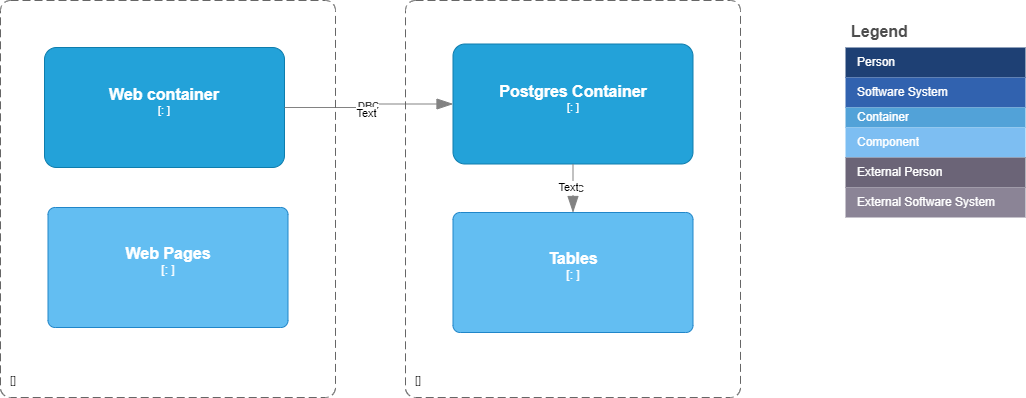
Earlier version of the draw.io export docs/C4/Context-C4.png (bartelsjoshuac/Corduroy). Source tidied: cells renumbered, new cells last; positions are measured from the earlier drawing's top-left corner, leaving out a move shared by most shapes.
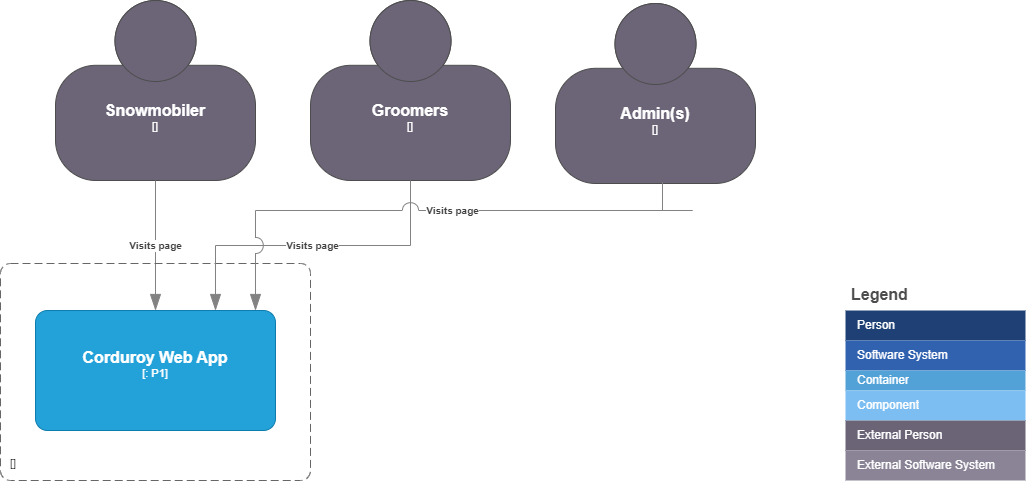
Later version of the same file.

The edit, as a diff of the source:
```diff
@@ -2,6 +2,11 @@
   <root>
     <mxCell id="0" />
     <mxCell id="1" parent="0" />
+    <object id="25" label="&lt;font style=&quot;font-size: 16px&quot;&gt;&lt;b&gt;%c4Name%&lt;/b&gt;&lt;/font&gt;&lt;div&gt;[%c4Type%]&lt;/div&gt;&lt;br&gt;&lt;div&gt;&lt;font style=&quot;font-size: 11px&quot;&gt;&lt;font color=&quot;#cccccc&quot;&gt;%c4Description%&lt;/font&gt;&lt;/div&gt;" c4Description="" c4Name="Snowmobiler" c4Type="" placeholders="1">
+      <mxCell style="html=1;fontSize=11;dashed=0;whiteSpace=wrap;fillColor=#6C6477;strokeColor=#4D4D4D;fontColor=#ffffff;shape=mxgraph.c4.person2;align=center;points=[[0.5,0,0],[1,0.5,0],[1,0.75,0],[0.75,1,0],[0.5,1,0],[0.25,1,0],[0,0.75,0],[0,0.5,0]];" parent="1" vertex="1">
+        <mxGeometry x="55" y="-263" width="200" height="180" as="geometry" />
+      </mxCell>
+    </object>
     <mxCell id="2" value="Legend" style="shape=table;startSize=30;fontSize=16;align=left;verticalAlign=top;fillColor=none;strokeColor=none;fontColor=#4D4D4D;fontStyle=1;spacingLeft=6;spacing=0;" parent="1" vertex="1">
       <mxGeometry x="845" y="17" width="180" height="200" as="geometry" />
     </mxCell>
@@ -41,51 +46,46 @@
     <mxCell id="14" value="External Software System" style="shape=partialRectangle;html=1;whiteSpace=wrap;strokeColor=inherit;overflow=hidden;fillColor=#8b8496;top=0;left=0;bottom=0;right=0;fontSize=12;align=left;fontColor=#FFFFFF;gradientColor=none;spacingLeft=10;spacingRight=4;" parent="13" vertex="1">
       <mxGeometry width="180" height="30" as="geometry" />
     </mxCell>
-    <object id="15" label="&lt;font style=&quot;font-size: 16px&quot;&gt;&lt;b&gt;%c4Name%&lt;/b&gt;&lt;/font&gt;&lt;div&gt;[%c4Type%: %c4Technology%]&lt;/div&gt;&lt;br&gt;&lt;div&gt;&lt;font style=&quot;font-size: 11px&quot;&gt;&lt;font color=&quot;#E6E6E6&quot;&gt;%c4Description%&lt;/font&gt;&lt;/div&gt;" c4Description="" c4Name="Web container" c4Technology="" c4Type="" placeholders="1">
+    <object id="15" label="&lt;font style=&quot;font-size: 16px&quot;&gt;&lt;b&gt;%c4Name%&lt;/b&gt;&lt;/font&gt;&lt;div&gt;[%c4Type%: %c4Technology%]&lt;/div&gt;&lt;br&gt;&lt;div&gt;&lt;font style=&quot;font-size: 11px&quot;&gt;&lt;font color=&quot;#E6E6E6&quot;&gt;%c4Description%&lt;/font&gt;&lt;/div&gt;" c4Description="" c4Name="Corduroy Web App" c4Technology="P1" c4Type="" placeholders="1">
       <mxCell style="rounded=1;whiteSpace=wrap;html=1;fontSize=11;labelBackgroundColor=none;fillColor=#23A2D9;fontColor=#ffffff;align=center;arcSize=10;strokeColor=#0E7DAD;points=[[0.25,0,0],[0.5,0,0],[0.75,0,0],[1,0.25,0],[1,0.5,0],[1,0.75,0],[0.75,1,0],[0.5,1,0],[0.25,1,0],[0,0.75,0],[0,0.5,0],[0,0.25,0]];" parent="1" vertex="1">
-        <mxGeometry x="44" y="47" width="240" height="120" as="geometry" />
+        <mxGeometry x="35" y="47" width="240" height="120" as="geometry" />
       </mxCell>
     </object>
-    <object id="16" label="&lt;div style=&quot;text-align: left&quot;&gt;&lt;div style=&quot;text-align: center&quot;&gt;&lt;b&gt;%c4Description%&lt;/b&gt;&lt;/div&gt;" c4Description="DBC" c4Type="Relationship" placeholders="1">
-      <mxCell style="endArrow=blockThin;html=1;fontSize=10;fontColor=#404040;strokeWidth=1;endFill=1;strokeColor=#828282;elbow=vertical;endSize=14;startSize=14;jumpStyle=arc;jumpSize=16;rounded=0;edgeStyle=orthogonalEdgeStyle;entryX=0;entryY=0.5;entryDx=0;entryDy=0;entryPerimeter=0;exitX=1;exitY=0.5;exitDx=0;exitDy=0;exitPerimeter=0;" parent="1" edge="1" source="15" target="20">
+    <object id="16" label="&lt;div style=&quot;text-align: left&quot;&gt;&lt;div style=&quot;text-align: center&quot;&gt;&lt;b&gt;%c4Description%&lt;/b&gt;&lt;/div&gt;" c4Description=" Visits page" c4Type="Relationship" placeholders="1">
+      <mxCell style="endArrow=blockThin;html=1;fontSize=10;fontColor=#404040;strokeWidth=1;endFill=1;strokeColor=#828282;elbow=vertical;endSize=14;startSize=14;jumpStyle=arc;jumpSize=16;rounded=0;edgeStyle=orthogonalEdgeStyle;" parent="1" edge="1" source="25" target="15">
         <mxGeometry relative="1" as="geometry" />
       </mxCell>
     </object>
-    <mxCell id="17" value="Text" style="edgeLabel;html=1;align=center;verticalAlign=middle;" parent="16" vertex="1">
-      <mxGeometry x="-0.06" y="-5" relative="1" as="geometry" />
-    </mxCell>
     <object id="18" label="&lt;font style=&quot;font-size: 16px&quot;&gt;&lt;b&gt;&lt;div style=&quot;text-align: left&quot;&gt;%c4Name%&lt;/div&gt;&lt;/b&gt;&lt;/font&gt;&lt;div style=&quot;text-align: left&quot;&gt;[%c4Application%]&lt;/div&gt;" c4Application="" c4Name="" c4Type="" placeholders="1">
       <mxCell style="rounded=1;fontSize=11;whiteSpace=wrap;html=1;dashed=1;arcSize=20;fillColor=none;strokeColor=#666666;fontColor=#333333;labelBackgroundColor=none;align=left;verticalAlign=bottom;labelBorderColor=none;spacingTop=0;spacing=10;dashPattern=8 4;perimeter=rectanglePerimeter;noLabel=0;labelPadding=0;absoluteArcSize=1;" parent="1" vertex="1">
-        <mxGeometry width="335" height="397" as="geometry" />
+        <mxGeometry width="310" height="217" as="geometry" />
       </mxCell>
     </object>
-    <object id="19" label="&lt;font style=&quot;font-size: 16px&quot;&gt;&lt;b&gt;&lt;div style=&quot;text-align: left&quot;&gt;%c4Name%&lt;/div&gt;&lt;/b&gt;&lt;/font&gt;&lt;div style=&quot;text-align: left&quot;&gt;[%c4Application%]&lt;/div&gt;" c4Application="" c4Name="" c4Type="" placeholders="1">
-      <mxCell style="rounded=1;fontSize=11;whiteSpace=wrap;html=1;dashed=1;arcSize=20;fillColor=none;strokeColor=#666666;fontColor=#333333;labelBackgroundColor=none;align=left;verticalAlign=bottom;labelBorderColor=none;spacingTop=0;spacing=10;dashPattern=8 4;perimeter=rectanglePerimeter;noLabel=0;labelPadding=0;absoluteArcSize=1;" parent="1" vertex="1">
-        <mxGeometry x="405" width="335" height="397" as="geometry" />
-      </mxCell>
-    </object>
-    <object id="20" label="&lt;font style=&quot;font-size: 16px&quot;&gt;&lt;b&gt;%c4Name%&lt;/b&gt;&lt;/font&gt;&lt;div&gt;[%c4Type%: %c4Technology%]&lt;/div&gt;&lt;br&gt;&lt;div&gt;&lt;font style=&quot;font-size: 11px&quot;&gt;&lt;font color=&quot;#E6E6E6&quot;&gt;%c4Description%&lt;/font&gt;&lt;/div&gt;" c4Description="" c4Name="Postgres Container" c4Technology="" c4Type="" placeholders="1">
-      <mxCell style="rounded=1;whiteSpace=wrap;html=1;fontSize=11;labelBackgroundColor=none;fillColor=#23A2D9;fontColor=#ffffff;align=center;arcSize=10;strokeColor=#0E7DAD;points=[[0.25,0,0],[0.5,0,0],[0.75,0,0],[1,0.25,0],[1,0.5,0],[1,0.75,0],[0.75,1,0],[0.5,1,0],[0.25,1,0],[0,0.75,0],[0,0.5,0],[0,0.25,0]];" parent="1" vertex="1">
-        <mxGeometry x="452.5" y="43.5" width="240" height="120" as="geometry" />
-      </mxCell>
-    </object>
-    <object id="21" label="&lt;font style=&quot;font-size: 16px&quot;&gt;&lt;b&gt;%c4Name%&lt;/b&gt;&lt;/font&gt;&lt;div&gt;[%c4Type%: %c4Technology%]&lt;/div&gt;&lt;br&gt;&lt;div&gt;&lt;font style=&quot;font-size: 11px&quot;&gt;%c4Description%&lt;/font&gt;&lt;/div&gt;" c4Description="" c4Name="Tables" c4Technology="" c4Type="" placeholders="1">
-      <mxCell style="rounded=1;whiteSpace=wrap;html=1;labelBackgroundColor=none;fillColor=#63BEF2;fontColor=#ffffff;align=center;arcSize=6;strokeColor=#2086C9;points=[[0.25,0,0],[0.5,0,0],[0.75,0,0],[1,0.25,0],[1,0.5,0],[1,0.75,0],[0.75,1,0],[0.5,1,0],[0.25,1,0],[0,0.75,0],[0,0.5,0],[0,0.25,0]];" parent="1" vertex="1">
-        <mxGeometry x="452.5" y="212" width="240" height="120" as="geometry" />
-      </mxCell>
-    </object>
-    <object id="22" label="&lt;div style=&quot;text-align: left&quot;&gt;&lt;div style=&quot;text-align: center&quot;&gt;&lt;b&gt;%c4Description%&lt;/b&gt;&lt;/div&gt;" c4Description="DBC" c4Type="Relationship" placeholders="1">
-      <mxCell style="endArrow=blockThin;html=1;fontSize=10;fontColor=#404040;strokeWidth=1;endFill=1;strokeColor=#828282;elbow=vertical;endSize=14;startSize=14;jumpStyle=arc;jumpSize=16;rounded=0;edgeStyle=orthogonalEdgeStyle;exitX=0.5;exitY=1;exitDx=0;exitDy=0;exitPerimeter=0;" parent="1" edge="1" source="20" target="21">
-        <mxGeometry relative="1" as="geometry" />
-      </mxCell>
-    </object>
-    <mxCell id="23" value="Text" style="edgeLabel;html=1;align=center;verticalAlign=middle;" parent="22" vertex="1">
-      <mxGeometry x="-0.06" y="-5" relative="1" as="geometry" />
-    </mxCell>
-    <object id="24" label="&lt;font style=&quot;font-size: 16px&quot;&gt;&lt;b&gt;%c4Name%&lt;/b&gt;&lt;/font&gt;&lt;div&gt;[%c4Type%: %c4Technology%]&lt;/div&gt;&lt;br&gt;&lt;div&gt;&lt;font style=&quot;font-size: 11px&quot;&gt;%c4Description%&lt;/font&gt;&lt;/div&gt;" c4Description="" c4Name="Web Pages" c4Technology="" c4Type="" placeholders="1">
-      <mxCell style="rounded=1;whiteSpace=wrap;html=1;labelBackgroundColor=none;fillColor=#63BEF2;fontColor=#ffffff;align=center;arcSize=6;strokeColor=#2086C9;" parent="1" vertex="1">
-        <mxGeometry x="47.5" y="207" width="240" height="120" as="geometry" />
-      </mxCell>
-    </object>
+    <object id="26" label="&lt;font style=&quot;font-size: 16px&quot;&gt;&lt;b&gt;%c4Name%&lt;/b&gt;&lt;/font&gt;&lt;div&gt;[%c4Type%]&lt;/div&gt;&lt;br&gt;&lt;div&gt;&lt;font style=&quot;font-size: 11px&quot;&gt;&lt;font color=&quot;#cccccc&quot;&gt;%c4Description%&lt;/font&gt;&lt;/div&gt;" c4Description="" c4Name="Groomers" c4Type="" placeholders="1">
+      <mxCell style="html=1;fontSize=11;dashed=0;whiteSpace=wrap;fillColor=#6C6477;strokeColor=#4D4D4D;fontColor=#ffffff;shape=mxgraph.c4.person2;align=center;points=[[0.5,0,0],[1,0.5,0],[1,0.75,0],[0.75,1,0],[0.5,1,0],[0.25,1,0],[0,0.75,0],[0,0.5,0]];" parent="1" vertex="1">
+        <mxGeometry x="310" y="-263" width="200" height="180" as="geometry" />
+      </mxCell>
+    </object>
+    <object id="27" label="&lt;font style=&quot;font-size: 16px&quot;&gt;&lt;b&gt;%c4Name%&lt;/b&gt;&lt;/font&gt;&lt;div&gt;[%c4Type%]&lt;/div&gt;&lt;br&gt;&lt;div&gt;&lt;font style=&quot;font-size: 11px&quot;&gt;&lt;font color=&quot;#cccccc&quot;&gt;%c4Description%&lt;/font&gt;&lt;/div&gt;" c4Description="" c4Name="Admin(s)" c4Type="" placeholders="1">
+      <mxCell style="html=1;fontSize=11;dashed=0;whiteSpace=wrap;fillColor=#6C6477;strokeColor=#4D4D4D;fontColor=#ffffff;shape=mxgraph.c4.person2;align=center;points=[[0.5,0,0],[1,0.5,0],[1,0.75,0],[0.75,1,0],[0.5,1,0],[0.25,1,0],[0,0.75,0],[0,0.5,0]];" parent="1" vertex="1">
+        <mxGeometry x="555" y="-260" width="200" height="180" as="geometry" />
+      </mxCell>
+    </object>
+    <object id="28" label="&lt;div style=&quot;text-align: left&quot;&gt;&lt;div style=&quot;text-align: center&quot;&gt;&lt;b&gt;%c4Description%&lt;/b&gt;&lt;/div&gt;" c4Description=" Visits page" c4Type="Relationship" placeholders="1">
+      <mxCell style="endArrow=blockThin;html=1;fontSize=10;fontColor=#404040;strokeWidth=1;endFill=1;strokeColor=#828282;elbow=vertical;endSize=14;startSize=14;jumpStyle=arc;jumpSize=16;rounded=0;edgeStyle=orthogonalEdgeStyle;exitX=0.5;exitY=1;exitDx=0;exitDy=0;exitPerimeter=0;entryX=0.75;entryY=0;entryDx=0;entryDy=0;entryPerimeter=0;" parent="1" edge="1" source="26" target="15">
+        <mxGeometry relative="1" as="geometry" />
+      </mxCell>
+    </object>
+    <object id="29" label="&lt;div style=&quot;text-align: left&quot;&gt;&lt;div style=&quot;text-align: center&quot;&gt;&lt;b&gt;%c4Description%&lt;/b&gt;&lt;/div&gt;" c4Description=" Visits page" c4Type="Relationship" placeholders="1">
+      <mxCell style="endArrow=blockThin;html=1;fontSize=10;fontColor=#404040;strokeWidth=1;endFill=1;strokeColor=#828282;elbow=vertical;endSize=14;startSize=14;jumpStyle=arc;jumpSize=16;rounded=0;edgeStyle=orthogonalEdgeStyle;exitX=0.535;exitY=0.994;exitDx=0;exitDy=0;exitPerimeter=0;" parent="1" edge="1" source="27">
+        <mxGeometry relative="1" as="geometry">
+          <mxPoint x="255" y="47" as="targetPoint" />
+          <Array as="points">
+            <mxPoint x="692" y="-53" />
+            <mxPoint x="256" y="-53" />
+          </Array>
+        </mxGeometry>
+      </mxCell>
+    </object>
   </root>
 </mxGraphModel>
```
